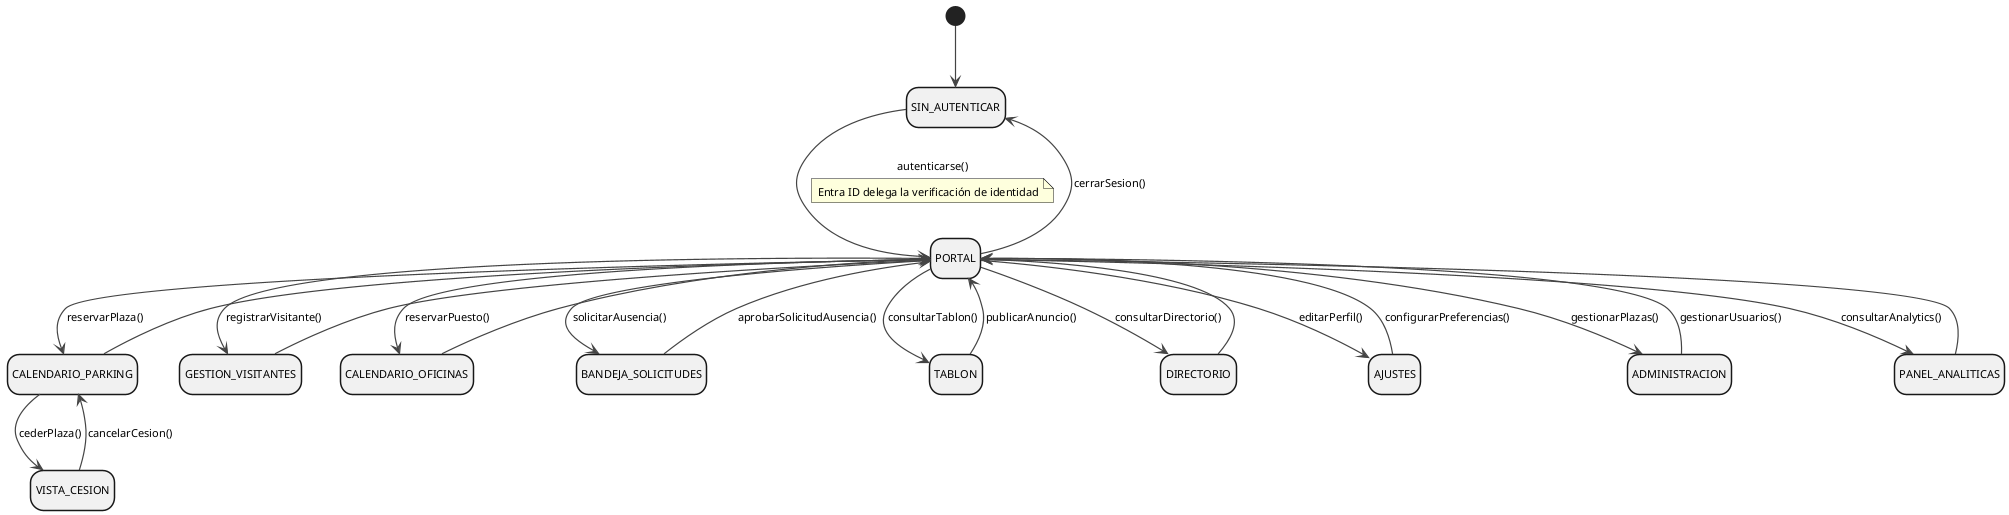
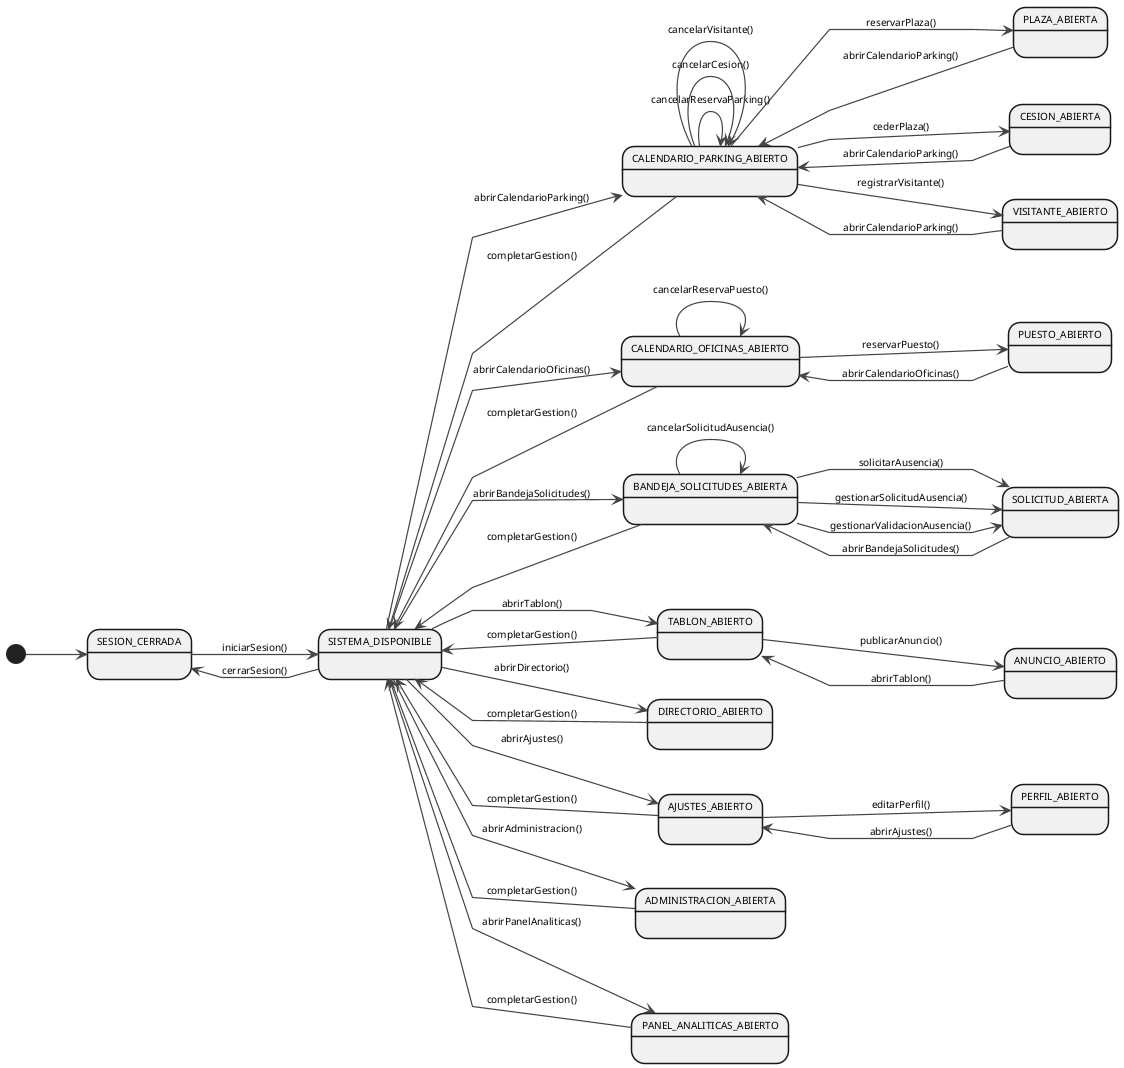
@startuml contexto

- hide empty description
+ left to right direction
+ skinparam linetype polyline
skinparam defaultFontName Arial
- skinparam defaultFontSize 11
+ skinparam defaultFontSize 10
skinparam stateBorderThickness 1.5
skinparam arrowThickness 1.2
skinparam arrowColor #444444

- state "SIN_AUTENTICAR" as SinAuth
- state "PORTAL" as Portal
+ state "SESION_CERRADA" as SinAuth
+ state "SISTEMA_DISPONIBLE" as Menu

- state "CALENDARIO_PARKING" as CalParking
- state "VISTA_CESION" as VistaCesion
- state "GESTION_VISITANTES" as GestionVisitantes
- state "CALENDARIO_OFICINAS" as CalOficinas
- state "BANDEJA_SOLICITUDES" as BandejaSolicitudes
- state "TABLON" as Tablon
- state "DIRECTORIO" as Directorio
- state "AJUSTES" as Ajustes
- state "ADMINISTRACION" as Administracion
- state "PANEL_ANALITICAS" as PanelAnaliticas
- 
- ' ── Entrada y salida ────────────────────────────────────────────────────────
+ state "CALENDARIO_PARKING_ABIERTO" as CalParking
+ state "PLAZA_ABIERTA" as EditPlaza
+ state "CESION_ABIERTA" as EditCesion
+ state "VISITANTE_ABIERTO" as EditVisitante
+ state "CALENDARIO_OFICINAS_ABIERTO" as CalOficinas
+ state "PUESTO_ABIERTO" as EditPuesto
+ state "BANDEJA_SOLICITUDES_ABIERTA" as Bandeja
+ state "SOLICITUD_ABIERTA" as EditSolicitud
+ state "TABLON_ABIERTO" as Tablon
+ state "ANUNCIO_ABIERTO" as EditAnuncio
+ state "DIRECTORIO_ABIERTO" as Directorio
+ state "AJUSTES_ABIERTO" as Ajustes
+ state "PERFIL_ABIERTO" as EditPerfil
+ state "ADMINISTRACION_ABIERTA" as Admin
+ state "PANEL_ANALITICAS_ABIERTO" as Panel

[*] --> SinAuth

- SinAuth --> Portal : autenticarse()
- note on link
-   Entra ID delega la verificación de identidad
- end note
+ SinAuth --> Menu : iniciarSesion()

- Portal --> SinAuth : cerrarSesion()
+ Menu --> SinAuth : cerrarSesion()
+ Menu --> CalParking   : abrirCalendarioParking()
+ Menu --> CalOficinas  : abrirCalendarioOficinas()
+ Menu --> Bandeja      : abrirBandejaSolicitudes()
+ Menu --> Tablon       : abrirTablon()
+ Menu --> Directorio   : abrirDirectorio()
+ Menu --> Ajustes      : abrirAjustes()
+ Menu --> Admin        : abrirAdministracion()
+ Menu --> Panel        : abrirPanelAnaliticas()

- ' ── Parking ──────────────────────────────────────────────────────────────────
+ CalParking   --> EditPlaza      : reservarPlaza()
+ CalParking   --> EditCesion     : cederPlaza()
+ CalParking   --> EditVisitante  : registrarVisitante()
+ CalParking   --> CalParking     : cancelarReservaParking()
+ CalParking   --> CalParking     : cancelarCesion()
+ CalParking   --> CalParking     : cancelarVisitante()

- Portal --> CalParking : reservarPlaza()
- CalParking --> Portal
+ EditPlaza      --> CalParking   : abrirCalendarioParking()
+ EditCesion     --> CalParking   : abrirCalendarioParking()
+ EditVisitante  --> CalParking   : abrirCalendarioParking()

- Portal --> GestionVisitantes : registrarVisitante()
- GestionVisitantes --> Portal
+ CalOficinas  --> EditPuesto     : reservarPuesto()
+ CalOficinas  --> CalOficinas    : cancelarReservaPuesto()

- CalParking --> VistaCesion : cederPlaza()
- VistaCesion --> CalParking : cancelarCesion()
+ EditPuesto    --> CalOficinas   : abrirCalendarioOficinas()

- ' ── Oficinas ─────────────────────────────────────────────────────────────────
+ Bandeja      --> EditSolicitud  : solicitarAusencia()
+ Bandeja      --> EditSolicitud  : gestionarSolicitudAusencia()
+ Bandeja      --> EditSolicitud  : gestionarValidacionAusencia()
+ Bandeja      --> Bandeja        : cancelarSolicitudAusencia()

- Portal --> CalOficinas : reservarPuesto()
- CalOficinas --> Portal
+ EditSolicitud --> Bandeja       : abrirBandejaSolicitudes()

- ' ── Vacaciones ───────────────────────────────────────────────────────────────
+ Tablon       --> EditAnuncio    : publicarAnuncio()

- Portal --> BandejaSolicitudes : solicitarAusencia()
- BandejaSolicitudes --> Portal : aprobarSolicitudAusencia()
+ EditAnuncio   --> Tablon        : abrirTablon()

- ' ── Tablón ───────────────────────────────────────────────────────────────────
+ Ajustes      --> EditPerfil     : editarPerfil()

- Portal --> Tablon : consultarTablon()
- Tablon --> Portal : publicarAnuncio()
+ EditPerfil    --> Ajustes       : abrirAjustes()

- ' ── Directorio ───────────────────────────────────────────────────────────────
- 
- Portal --> Directorio : consultarDirectorio()
- Directorio --> Portal
- 
- ' ── Ajustes ──────────────────────────────────────────────────────────────────
- 
- Portal --> Ajustes : editarPerfil()
- Ajustes --> Portal : configurarPreferencias()
- 
- ' ── Administración ───────────────────────────────────────────────────────────
- 
- Portal --> Administracion : gestionarPlazas()
- Administracion --> Portal : gestionarUsuarios()
- 
- ' ── Panel ────────────────────────────────────────────────────────────────────
- 
- Portal --> PanelAnaliticas : consultarAnalytics()
- PanelAnaliticas --> Portal
+ CalParking   --> Menu : completarGestion()
+ CalOficinas  --> Menu : completarGestion()
+ Bandeja      --> Menu : completarGestion()
+ Tablon       --> Menu : completarGestion()
+ Directorio   --> Menu : completarGestion()
+ Ajustes      --> Menu : completarGestion()
+ Admin        --> Menu : completarGestion()
+ Panel        --> Menu : completarGestion()

@enduml
